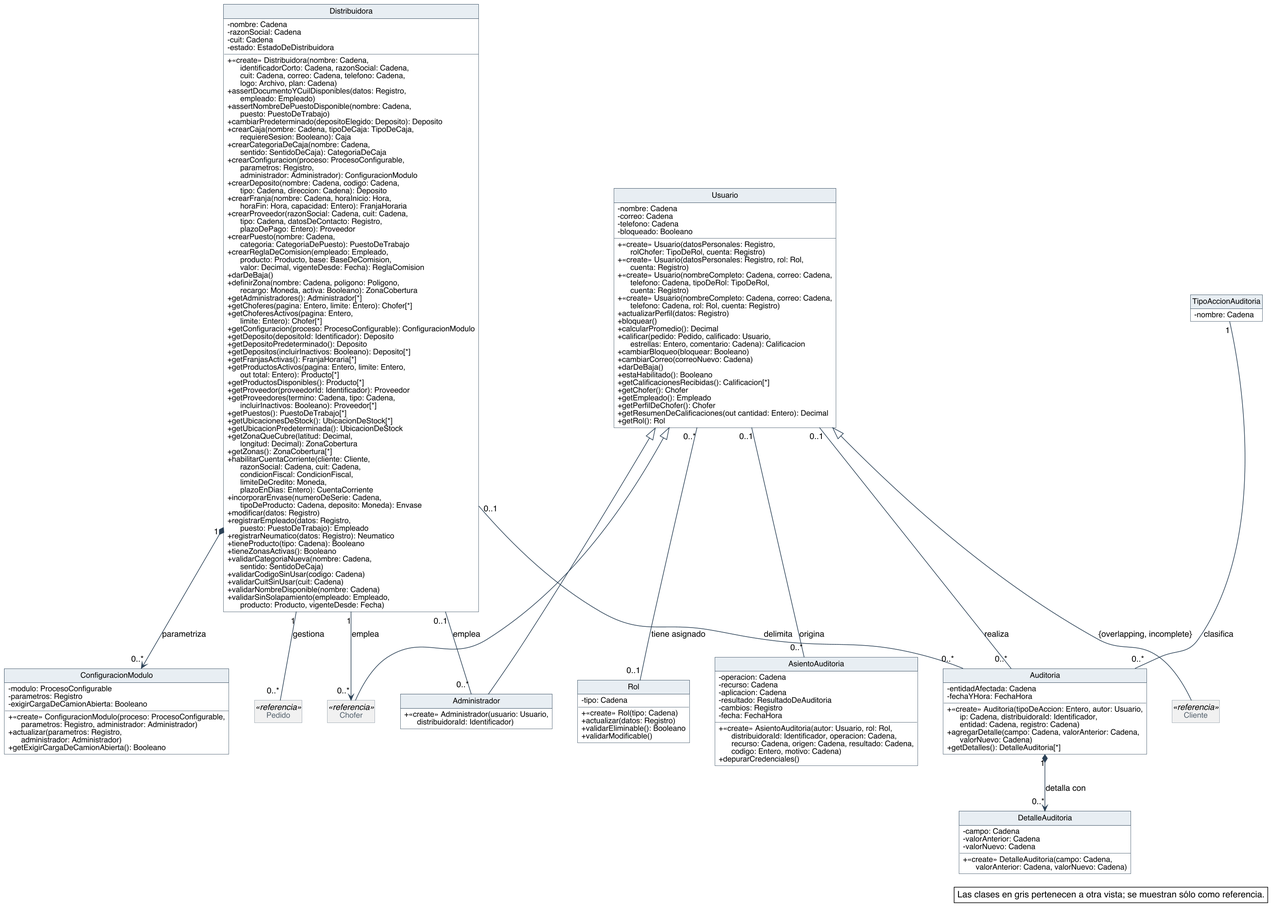
Before: diagramas/clases-diseno/DC_Organizacion-y-acceso.png, a diagram exported from PlantUML (Nahuelito-Dev/splg-docs).
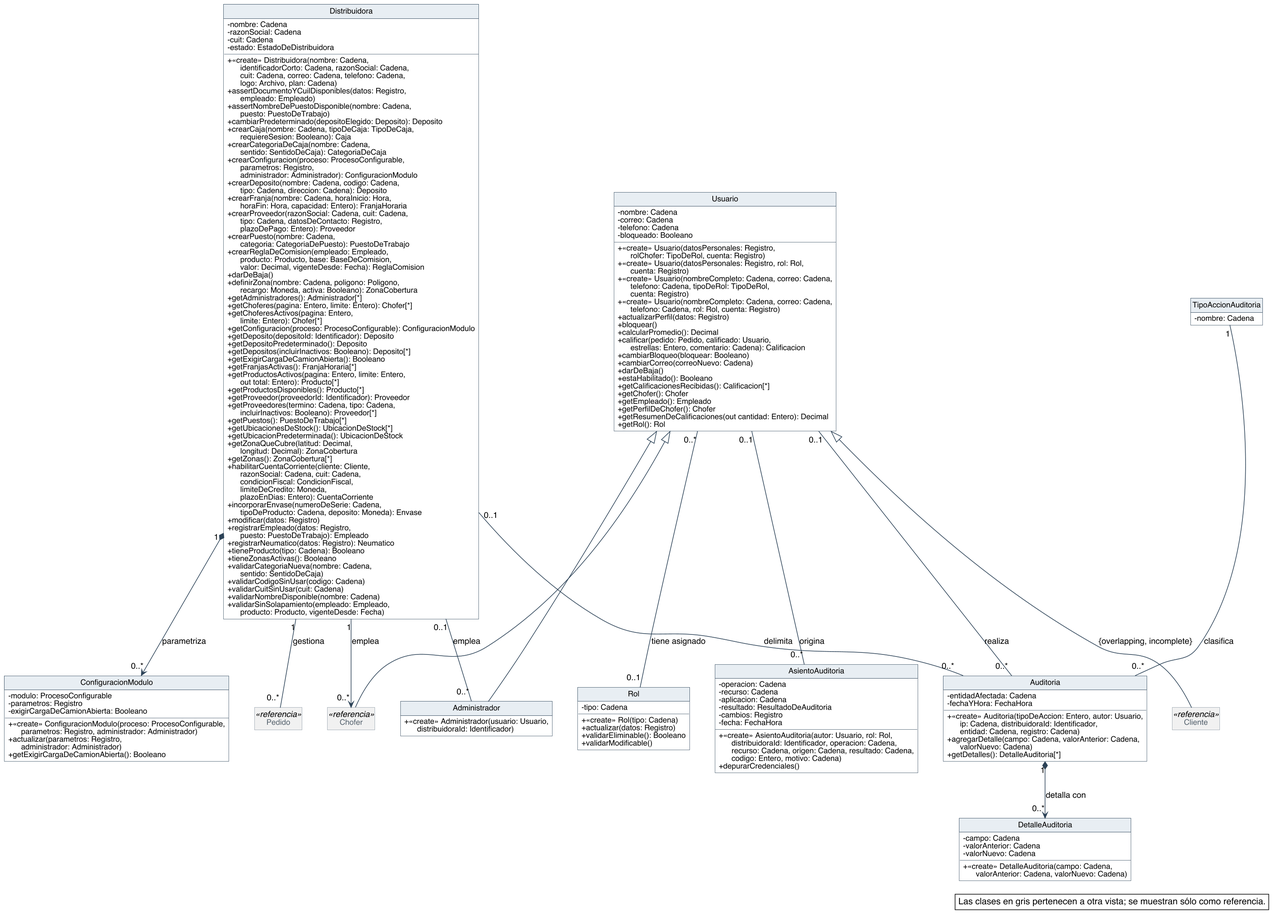
The same diagram one commit later.

Diff of the diagram source:
```diff
@@ -83,6 +83,7 @@
   + getDeposito(depositoId: Identificador): Deposito
   + getDepositoPredeterminado(): Deposito
   + getDepositos(incluirInactivos: Booleano): Deposito[*]
+  + getExigirCargaDeCamionAbierta(): Booleano
   + getFranjasActivas(): FranjaHoraria[*]
   + getProductosActivos(pagina: Entero, limite: Entero,\n      out total: Entero): Producto[*]
   + getProductosDisponibles(): Producto[*]
```
